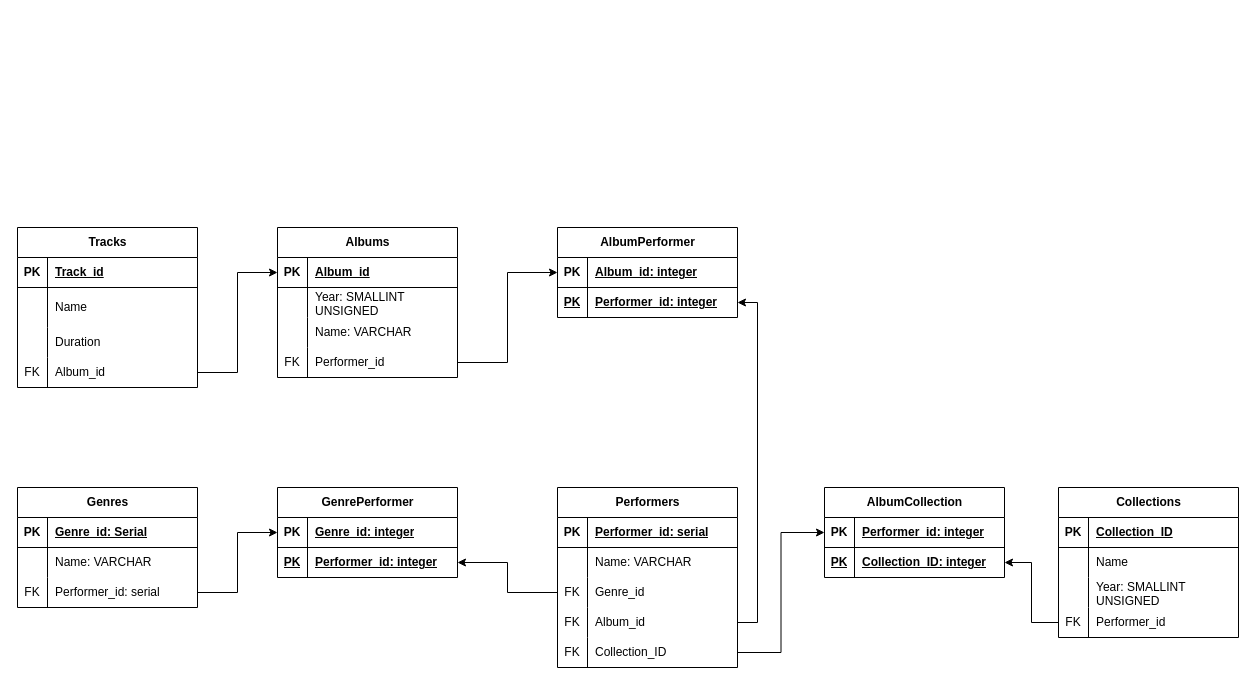
Above: DB_02.drawio in EvgeniiNoName/DB_02_create (draw.io), before the change. Source tidied: cells renumbered, new cells numbered last; positions are measured from the earlier drawing's top-left corner, leaving out a move shared by most shapes. Both pictures are drawn from the tidied source at 100%, with x=0, y=0 at pixel (17, 227).
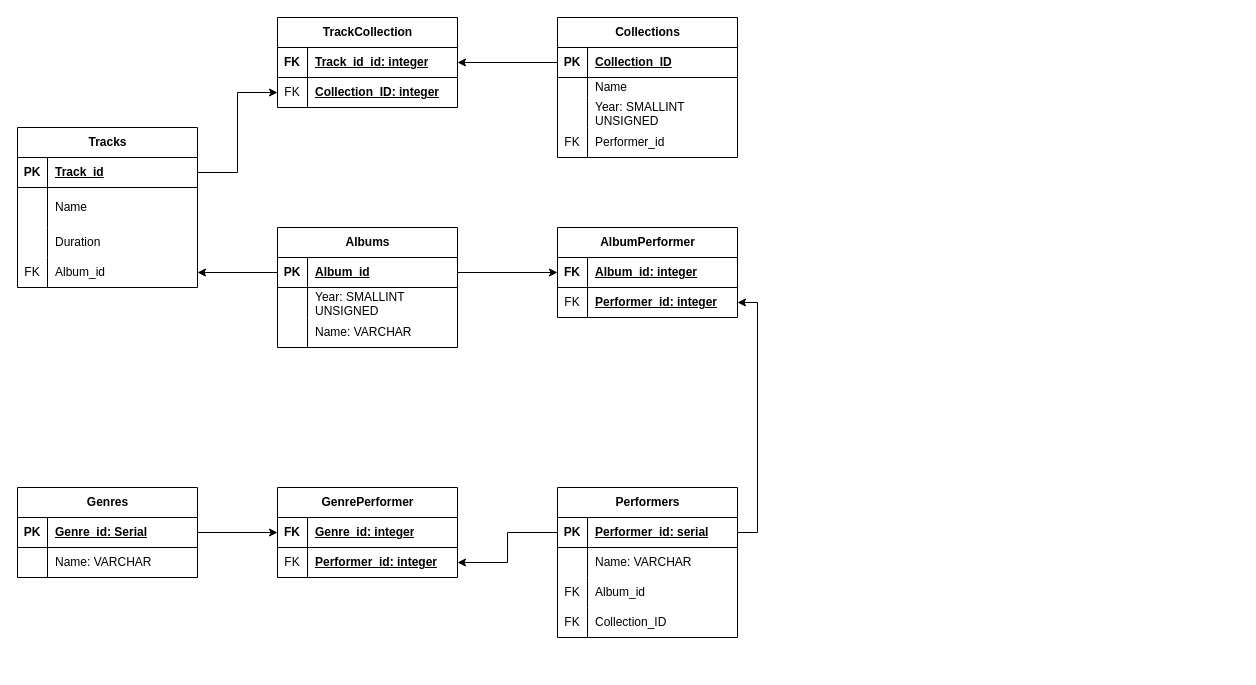
Above is the later version.

The change refers to these unchanged cells:
```xml
<mxCell id="3" style="shape=tableRow;horizontal=0;startSize=0;swimlaneHead=0;swimlaneBody=0;fillColor=none;points=[[0,0.5],[1,0.5]];portConstraint=eastwest;top=0;left=0;right=0;bottom=1;" parent="2" vertex="1">
  <mxGeometry y="30" width="180" height="30" as="geometry" />
</mxCell>
<mxCell id="19" style="shape=tableRow;horizontal=0;startSize=0;swimlaneHead=0;swimlaneBody=0;fillColor=none;points=[[0,0.5],[1,0.5]];portConstraint=eastwest;top=0;left=0;right=0;bottom=1;" parent="18" vertex="1">
  <mxGeometry y="30" width="180" height="30" as="geometry" />
</mxCell>
<mxCell id="29" style="shape=tableRow;horizontal=0;startSize=0;swimlaneHead=0;swimlaneBody=0;fillColor=none;points=[[0,0.5],[1,0.5]];portConstraint=eastwest;top=0;left=0;right=0;bottom=1;" parent="28" vertex="1">
  <mxGeometry y="30" width="180" height="30" as="geometry" />
</mxCell>
<mxCell id="42" style="shape=tableRow;horizontal=0;startSize=0;swimlaneHead=0;swimlaneBody=0;fillColor=none;points=[[0,0.5],[1,0.5]];portConstraint=eastwest;top=0;left=0;right=0;bottom=1;" parent="41" vertex="1">
  <mxGeometry y="30" width="180" height="30" as="geometry" />
</mxCell>
<mxCell id="51" style="shape=tableRow;horizontal=0;startSize=0;swimlaneHead=0;swimlaneBody=0;fillColor=none;points=[[0,0.5],[1,0.5]];portConstraint=eastwest;top=0;left=0;right=0;bottom=0;" parent="41" vertex="1">
  <mxGeometry y="130" width="180" height="30" as="geometry" />
</mxCell>
<mxCell id="55" style="shape=tableRow;horizontal=0;startSize=0;swimlaneHead=0;swimlaneBody=0;fillColor=none;points=[[0,0.5],[1,0.5]];portConstraint=eastwest;top=0;left=0;right=0;bottom=1;" parent="54" vertex="1">
  <mxGeometry y="30" width="180" height="30" as="geometry" />
</mxCell>
<mxCell id="68" style="shape=tableRow;horizontal=0;startSize=0;swimlaneHead=0;swimlaneBody=0;fillColor=none;points=[[0,0.5],[1,0.5]];portConstraint=eastwest;top=0;left=0;right=0;bottom=1;" parent="67" vertex="1">
  <mxGeometry y="30" width="180" height="30" as="geometry" />
</mxCell>
<mxCell id="71" style="shape=tableRow;horizontal=0;startSize=0;swimlaneHead=0;swimlaneBody=0;fillColor=none;points=[[0,0.5],[1,0.5]];portConstraint=eastwest;top=0;left=0;right=0;bottom=0;" parent="67" vertex="1">
  <mxGeometry y="60" width="180" height="30" as="geometry" />
</mxCell>
<mxCell id="75" style="shape=tableRow;horizontal=0;startSize=0;swimlaneHead=0;swimlaneBody=0;fillColor=none;points=[[0,0.5],[1,0.5]];portConstraint=eastwest;top=0;left=0;right=0;bottom=1;" parent="74" vertex="1">
  <mxGeometry y="30" width="180" height="30" as="geometry" />
</mxCell>
<mxCell id="78" style="shape=tableRow;horizontal=0;startSize=0;swimlaneHead=0;swimlaneBody=0;fillColor=none;points=[[0,0.5],[1,0.5]];portConstraint=eastwest;top=0;left=0;right=0;bottom=0;" parent="74" vertex="1">
  <mxGeometry y="60" width="180" height="30" as="geometry" />
</mxCell>
```

The edit, as a diff of the source:
```diff
@@
     <mxCell id="2" value="Performers" style="shape=table;startSize=30;childLayout=tableLayout;rowLines=0;fontStyle=1;align=center;html=1;" parent="1" vertex="1">
-      <mxGeometry x="540" y="260" width="180" height="180" as="geometry" />
+      <mxGeometry x="540" y="260" width="180" height="150" as="geometry" />
     </mxCell>
@@
-    <mxCell id="9" style="shape=tableRow;horizontal=0;startSize=0;swimlaneHead=0;swimlaneBody=0;fillColor=none;points=[[0,0.5],[1,0.5]];portConstraint=eastwest;top=0;left=0;right=0;bottom=0;" parent="2" vertex="1">
-      <mxGeometry y="90" width="180" height="30" as="geometry" />
-    </mxCell>
-    <mxCell id="10" value="FK" style="shape=partialRectangle;fillColor=none;top=0;left=0;bottom=0;right=0;overflow=hidden;whiteSpace=wrap;html=1;" parent="9" vertex="1">
-      <mxGeometry width="30" height="30" as="geometry" />
-    </mxCell>
-    <mxCell id="11" value="Genre_id" style="shape=partialRectangle;fillColor=none;top=0;left=0;bottom=0;right=0;align=left;spacingLeft=6;overflow=hidden;whiteSpace=wrap;html=1;" parent="9" vertex="1">
-      <mxGeometry x="30" width="150" height="30" as="geometry" />
-    </mxCell>
     <mxCell id="12" style="shape=tableRow;horizontal=0;startSize=0;swimlaneHead=0;swimlaneBody=0;fillColor=none;points=[[0,0.5],[1,0.5]];portConstraint=eastwest;top=0;left=0;right=0;bottom=0;" parent="2" vertex="1">
-      <mxGeometry y="120" width="180" height="30" as="geometry" />
+      <mxGeometry y="90" width="180" height="30" as="geometry" />
     </mxCell>
@@
     <mxCell id="15" style="shape=tableRow;horizontal=0;startSize=0;swimlaneHead=0;swimlaneBody=0;fillColor=none;points=[[0,0.5],[1,0.5]];portConstraint=eastwest;top=0;left=0;right=0;bottom=0;" parent="2" vertex="1">
-      <mxGeometry y="150" width="180" height="30" as="geometry" />
+      <mxGeometry y="120" width="180" height="30" as="geometry" />
     </mxCell>
@@
     <mxCell id="18" value="Genres" style="shape=table;startSize=30;childLayout=tableLayout;rowLines=0;fontStyle=1;align=center;html=1;" parent="1" vertex="1">
-      <mxGeometry y="260" width="180" height="120" as="geometry" />
+      <mxGeometry y="260" width="180" height="90" as="geometry" />
     </mxCell>
@@
-    <mxCell id="25" style="shape=tableRow;horizontal=0;startSize=0;swimlaneHead=0;swimlaneBody=0;fillColor=none;points=[[0,0.5],[1,0.5]];portConstraint=eastwest;top=0;left=0;right=0;bottom=0;" parent="18" vertex="1">
-      <mxGeometry y="90" width="180" height="30" as="geometry" />
-    </mxCell>
-    <mxCell id="26" value="FK" style="shape=partialRectangle;fillColor=none;top=0;left=0;bottom=0;right=0;overflow=hidden;whiteSpace=wrap;html=1;" parent="25" vertex="1">
-      <mxGeometry width="30" height="30" as="geometry" />
-    </mxCell>
-    <mxCell id="27" value="Performer_id: serial" style="shape=partialRectangle;fillColor=none;top=0;left=0;bottom=0;right=0;align=left;spacingLeft=6;overflow=hidden;whiteSpace=wrap;html=1;" parent="25" vertex="1">
-      <mxGeometry x="30" width="150" height="30" as="geometry" />
-    </mxCell>
     <mxCell id="28" value="Albums" style="shape=table;startSize=30;childLayout=tableLayout;rowLines=0;fontStyle=1;align=center;html=1;" parent="1" vertex="1">
-      <mxGeometry x="260" width="180" height="150" as="geometry" />
+      <mxGeometry x="260" width="180" height="120" as="geometry" />
     </mxCell>
@@
-    <mxCell id="38" style="shape=tableRow;horizontal=0;startSize=0;swimlaneHead=0;swimlaneBody=0;fillColor=none;points=[[0,0.5],[1,0.5]];portConstraint=eastwest;top=0;left=0;right=0;bottom=0;" parent="28" vertex="1">
-      <mxGeometry y="120" width="180" height="30" as="geometry" />
-    </mxCell>
-    <mxCell id="39" value="FK" style="shape=partialRectangle;fillColor=none;top=0;left=0;bottom=0;right=0;overflow=hidden;whiteSpace=wrap;html=1;" parent="38" vertex="1">
-      <mxGeometry width="30" height="30" as="geometry" />
-    </mxCell>
-    <mxCell id="40" value="Performer_id" style="shape=partialRectangle;fillColor=none;top=0;left=0;bottom=0;right=0;align=left;spacingLeft=6;overflow=hidden;whiteSpace=wrap;html=1;" parent="38" vertex="1">
-      <mxGeometry x="30" width="150" height="30" as="geometry" />
-    </mxCell>
     <mxCell id="41" value="Tracks" style="shape=table;startSize=30;childLayout=tableLayout;rowLines=0;fontStyle=1;align=center;html=1;" parent="1" vertex="1">
-      <mxGeometry width="180" height="160" as="geometry" />
+      <mxGeometry y="-100" width="180" height="160" as="geometry" />
     </mxCell>
@@
     <mxCell id="54" value="Collections" style="shape=table;startSize=30;childLayout=tableLayout;rowLines=0;fontStyle=1;align=center;html=1;" parent="1" vertex="1">
-      <mxGeometry x="1041" y="260" width="180" height="150" as="geometry" />
+      <mxGeometry x="540" y="-210" width="180" height="140" as="geometry" />
     </mxCell>
@@
     <mxCell id="58" style="shape=tableRow;horizontal=0;startSize=0;swimlaneHead=0;swimlaneBody=0;fillColor=none;top=0;left=0;right=0;bottom=0;" parent="54" vertex="1">
-      <mxGeometry y="60" width="180" height="30" as="geometry" />
+      <mxGeometry y="60" width="180" height="20" as="geometry" />
     </mxCell>
     <mxCell id="59" style="shape=partialRectangle;fillColor=none;top=0;left=0;bottom=0;right=0;overflow=hidden;whiteSpace=wrap;html=1;" parent="58" vertex="1">
-      <mxGeometry width="30" height="30" as="geometry" />
+      <mxGeometry width="30" height="20" as="geometry" />
     </mxCell>
     <mxCell id="60" value="Name" style="shape=partialRectangle;fillColor=none;top=0;left=0;bottom=0;right=0;align=left;spacingLeft=6;overflow=hidden;whiteSpace=wrap;html=1;" parent="58" vertex="1">
-      <mxGeometry x="30" width="150" height="30" as="geometry" />
+      <mxGeometry x="30" width="150" height="20" as="geometry" />
     </mxCell>
     <mxCell id="61" style="shape=tableRow;horizontal=0;startSize=0;swimlaneHead=0;swimlaneBody=0;fillColor=none;top=0;left=0;right=0;bottom=0;" parent="54" vertex="1">
-      <mxGeometry y="90" width="180" height="30" as="geometry" />
+      <mxGeometry y="80" width="180" height="30" as="geometry" />
     </mxCell>
@@
     <mxCell id="64" style="shape=tableRow;horizontal=0;startSize=0;swimlaneHead=0;swimlaneBody=0;fillColor=none;points=[[0,0.5],[1,0.5]];portConstraint=eastwest;top=0;left=0;right=0;bottom=0;" parent="54" vertex="1">
-      <mxGeometry y="120" width="180" height="30" as="geometry" />
+      <mxGeometry y="110" width="180" height="30" as="geometry" />
     </mxCell>
@@
-    <mxCell id="69" value="PK" style="shape=partialRectangle;fillColor=none;top=0;left=0;bottom=0;right=0;fontStyle=1;overflow=hidden;whiteSpace=wrap;html=1;" parent="68" vertex="1">
+    <mxCell id="69" value="FK" style="shape=partialRectangle;fillColor=none;top=0;left=0;bottom=0;right=0;fontStyle=1;overflow=hidden;whiteSpace=wrap;html=1;" parent="68" vertex="1">
       <mxGeometry width="30" height="30" as="geometry" />
     </mxCell>
@@
-    <mxCell id="72" value="&lt;b&gt;&lt;u&gt;PK&lt;/u&gt;&lt;/b&gt;" style="shape=partialRectangle;fillColor=none;top=0;left=0;bottom=0;right=0;overflow=hidden;whiteSpace=wrap;html=1;" parent="71" vertex="1">
+    <mxCell id="72" value="FK" style="shape=partialRectangle;fillColor=none;top=0;left=0;bottom=0;right=0;overflow=hidden;whiteSpace=wrap;html=1;" parent="71" vertex="1">
       <mxGeometry width="30" height="30" as="geometry" />
     </mxCell>
@@
-    <mxCell id="76" value="PK" style="shape=partialRectangle;fillColor=none;top=0;left=0;bottom=0;right=0;fontStyle=1;overflow=hidden;whiteSpace=wrap;html=1;" parent="75" vertex="1">
+    <mxCell id="76" value="FK" style="shape=partialRectangle;fillColor=none;top=0;left=0;bottom=0;right=0;fontStyle=1;overflow=hidden;whiteSpace=wrap;html=1;" parent="75" vertex="1">
       <mxGeometry width="30" height="30" as="geometry" />
     </mxCell>
@@
-    <mxCell id="79" value="&lt;b&gt;&lt;u&gt;PK&lt;/u&gt;&lt;/b&gt;" style="shape=partialRectangle;fillColor=none;top=0;left=0;bottom=0;right=0;overflow=hidden;whiteSpace=wrap;html=1;" parent="78" vertex="1">
+    <mxCell id="79" value="FK" style="shape=partialRectangle;fillColor=none;top=0;left=0;bottom=0;right=0;overflow=hidden;whiteSpace=wrap;html=1;" parent="78" vertex="1">
       <mxGeometry width="30" height="30" as="geometry" />
     </mxCell>
@@
-    <mxCell id="81" style="edgeStyle=orthogonalEdgeStyle;rounded=0;jettySize=auto;html=1;exitX=1;exitY=0.5;exitDx=0;exitDy=0;entryX=0;entryY=0.5;entryDx=0;entryDy=0;" parent="1" edge="1" source="51" target="29">
-      <mxGeometry relative="1" as="geometry" />
-    </mxCell>
-    <mxCell id="82" style="edgeStyle=orthogonalEdgeStyle;rounded=0;jettySize=auto;html=1;exitX=1;exitY=0.5;exitDx=0;exitDy=0;" parent="1" edge="1" source="25" target="68">
-      <mxGeometry relative="1" as="geometry" />
-    </mxCell>
-    <mxCell id="83" style="edgeStyle=orthogonalEdgeStyle;rounded=0;jettySize=auto;html=1;exitX=1;exitY=0.5;exitDx=0;exitDy=0;entryX=0;entryY=0.5;entryDx=0;entryDy=0;" parent="1" edge="1" source="38" target="75">
-      <mxGeometry relative="1" as="geometry" />
-    </mxCell>
-    <mxCell id="84" style="edgeStyle=orthogonalEdgeStyle;rounded=0;jettySize=auto;html=1;exitX=0;exitY=0.5;exitDx=0;exitDy=0;" parent="1" edge="1" source="9" target="71">
-      <mxGeometry relative="1" as="geometry" />
-    </mxCell>
-    <mxCell id="85" style="edgeStyle=orthogonalEdgeStyle;rounded=0;jettySize=auto;html=1;exitX=1;exitY=0.5;exitDx=0;exitDy=0;" parent="1" edge="1" source="12" target="78">
-      <mxGeometry relative="1" as="geometry" />
-    </mxCell>
-    <mxCell id="86" value="AlbumCollection" style="shape=table;startSize=30;childLayout=tableLayout;rowLines=0;fontStyle=1;align=center;html=1;" parent="1" vertex="1">
-      <mxGeometry x="807" y="260" width="180" height="90" as="geometry" />
-    </mxCell>
+    <mxCell id="95" value="TrackCollection" style="shape=table;startSize=30;childLayout=tableLayout;rowLines=0;fontStyle=1;align=center;html=1;" parent="1" vertex="1">
+      <mxGeometry x="260" y="-210" width="180" height="90" as="geometry" />
+    </mxCell>
-    <mxCell id="87" style="shape=tableRow;horizontal=0;startSize=0;swimlaneHead=0;swimlaneBody=0;fillColor=none;points=[[0,0.5],[1,0.5]];portConstraint=eastwest;top=0;left=0;right=0;bottom=1;" parent="86" vertex="1">
+    <mxCell id="87" style="shape=tableRow;horizontal=0;startSize=0;swimlaneHead=0;swimlaneBody=0;fillColor=none;points=[[0,0.5],[1,0.5]];portConstraint=eastwest;top=0;left=0;right=0;bottom=1;" parent="95" vertex="1">
       <mxGeometry y="30" width="180" height="30" as="geometry" />
     </mxCell>
-    <mxCell id="88" value="PK" style="shape=partialRectangle;fillColor=none;top=0;left=0;bottom=0;right=0;fontStyle=1;overflow=hidden;whiteSpace=wrap;html=1;" parent="87" vertex="1">
-      <mxGeometry width="30" height="30" as="geometry" />
-    </mxCell>
-    <mxCell id="89" value="&lt;u style=&quot;border-color: var(--border-color); font-weight: 400;&quot;&gt;&lt;b style=&quot;border-color: var(--border-color);&quot;&gt;Performer_id:&amp;nbsp;integer&lt;/b&gt;&lt;/u&gt;" style="shape=partialRectangle;fillColor=none;top=0;left=0;bottom=0;right=0;align=left;spacingLeft=6;fontStyle=5;overflow=hidden;whiteSpace=wrap;html=1;" parent="87" vertex="1">
-      <mxGeometry x="30" width="150" height="30" as="geometry" />
-    </mxCell>
+    <mxCell id="96" value="FK" style="shape=partialRectangle;fillColor=none;top=0;left=0;bottom=0;right=0;fontStyle=1;overflow=hidden;whiteSpace=wrap;html=1;" parent="87" vertex="1">
+      <mxGeometry width="30" height="30" as="geometry" />
+    </mxCell>
+    <mxCell id="97" value="&lt;u style=&quot;border-color: var(--border-color); font-weight: 400;&quot;&gt;&lt;b style=&quot;border-color: var(--border-color);&quot;&gt;Track_id_id:&amp;nbsp;integer&lt;/b&gt;&lt;/u&gt;" style="shape=partialRectangle;fillColor=none;top=0;left=0;bottom=0;right=0;align=left;spacingLeft=6;fontStyle=5;overflow=hidden;whiteSpace=wrap;html=1;" parent="87" vertex="1">
+      <mxGeometry x="30" width="150" height="30" as="geometry" />
+    </mxCell>
-    <mxCell id="90" style="shape=tableRow;horizontal=0;startSize=0;swimlaneHead=0;swimlaneBody=0;fillColor=none;points=[[0,0.5],[1,0.5]];portConstraint=eastwest;top=0;left=0;right=0;bottom=0;" parent="86" vertex="1">
+    <mxCell id="90" style="shape=tableRow;horizontal=0;startSize=0;swimlaneHead=0;swimlaneBody=0;fillColor=none;points=[[0,0.5],[1,0.5]];portConstraint=eastwest;top=0;left=0;right=0;bottom=0;" parent="95" vertex="1">
       <mxGeometry y="60" width="180" height="30" as="geometry" />
     </mxCell>
-    <mxCell id="91" value="&lt;b&gt;&lt;u&gt;PK&lt;/u&gt;&lt;/b&gt;" style="shape=partialRectangle;fillColor=none;top=0;left=0;bottom=0;right=0;overflow=hidden;whiteSpace=wrap;html=1;" parent="90" vertex="1">
-      <mxGeometry width="30" height="30" as="geometry" />
-    </mxCell>
+    <mxCell id="98" value="FK" style="shape=partialRectangle;fillColor=none;top=0;left=0;bottom=0;right=0;overflow=hidden;whiteSpace=wrap;html=1;" parent="90" vertex="1">
+      <mxGeometry width="30" height="30" as="geometry" />
+    </mxCell>
@@
-    <mxCell id="93" style="edgeStyle=orthogonalEdgeStyle;rounded=0;jettySize=auto;html=1;exitX=1;exitY=0.5;exitDx=0;exitDy=0;entryX=0;entryY=0.5;entryDx=0;entryDy=0;" parent="1" edge="1" source="15" target="87">
-      <mxGeometry relative="1" as="geometry" />
-    </mxCell>
-    <mxCell id="94" style="edgeStyle=orthogonalEdgeStyle;rounded=0;jettySize=auto;html=1;exitX=0;exitY=0.5;exitDx=0;exitDy=0;" parent="1" edge="1" source="64" target="90">
-      <mxGeometry relative="1" as="geometry" />
-    </mxCell>
+    <mxCell id="99" style="edgeStyle=orthogonalEdgeStyle;rounded=0;jettySize=auto;html=1;exitX=1;exitY=0.5;exitDx=0;exitDy=0;entryX=0;entryY=0.5;entryDx=0;entryDy=0;" parent="1" edge="1" source="42" target="90">
+      <mxGeometry relative="1" as="geometry" />
+    </mxCell>
+    <mxCell id="100" style="edgeStyle=orthogonalEdgeStyle;rounded=0;jettySize=auto;html=1;exitX=0;exitY=0.5;exitDx=0;exitDy=0;entryX=1;entryY=0.5;entryDx=0;entryDy=0;" parent="1" edge="1" source="55" target="87">
+      <mxGeometry relative="1" as="geometry" />
+    </mxCell>
+    <mxCell id="101" style="edgeStyle=orthogonalEdgeStyle;rounded=0;jettySize=auto;html=1;exitX=0;exitY=0.5;exitDx=0;exitDy=0;entryX=1;entryY=0.5;entryDx=0;entryDy=0;" parent="1" edge="1" source="3" target="71">
+      <mxGeometry relative="1" as="geometry" />
+    </mxCell>
+    <mxCell id="102" style="edgeStyle=orthogonalEdgeStyle;rounded=0;jettySize=auto;html=1;exitX=1;exitY=0.5;exitDx=0;exitDy=0;entryX=0;entryY=0.5;entryDx=0;entryDy=0;" parent="1" edge="1" source="19" target="68">
+      <mxGeometry relative="1" as="geometry" />
+    </mxCell>
+    <mxCell id="103" style="edgeStyle=orthogonalEdgeStyle;rounded=0;jettySize=auto;html=1;exitX=1;exitY=0.5;exitDx=0;exitDy=0;entryX=1;entryY=0.5;entryDx=0;entryDy=0;" parent="1" edge="1" source="3" target="78">
+      <mxGeometry relative="1" as="geometry" />
+    </mxCell>
+    <mxCell id="104" style="edgeStyle=orthogonalEdgeStyle;rounded=0;jettySize=auto;html=1;exitX=1;exitY=0.5;exitDx=0;exitDy=0;entryX=0;entryY=0.5;entryDx=0;entryDy=0;" parent="1" edge="1" source="29" target="75">
+      <mxGeometry relative="1" as="geometry" />
+    </mxCell>
+    <mxCell id="105" style="edgeStyle=orthogonalEdgeStyle;rounded=0;jettySize=auto;html=1;exitX=0;exitY=0.5;exitDx=0;exitDy=0;entryX=1;entryY=0.5;entryDx=0;entryDy=0;" parent="1" edge="1" source="29" target="51">
+      <mxGeometry relative="1" as="geometry" />
+    </mxCell>
```
